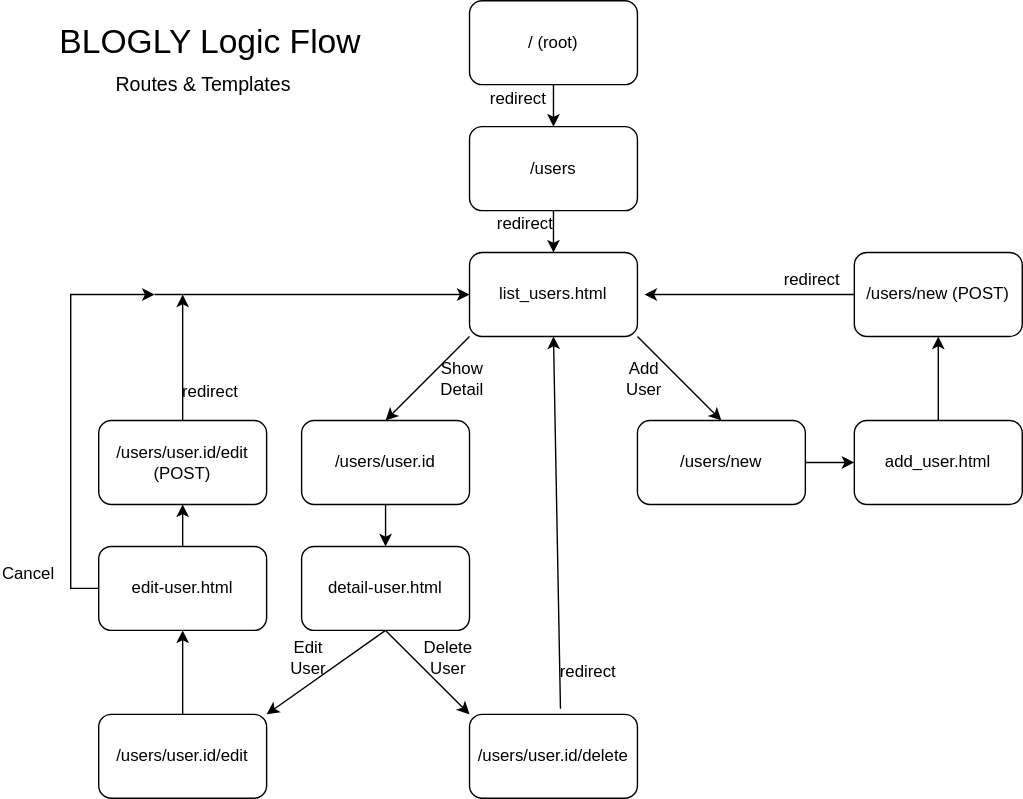
Above: misc/blogly.svg in ursawd/blogly (draw.io), before the change. Source tidied: cells renumbered, new cells last; positions are measured from the earlier drawing's top-left corner, leaving out a move shared by most shapes.
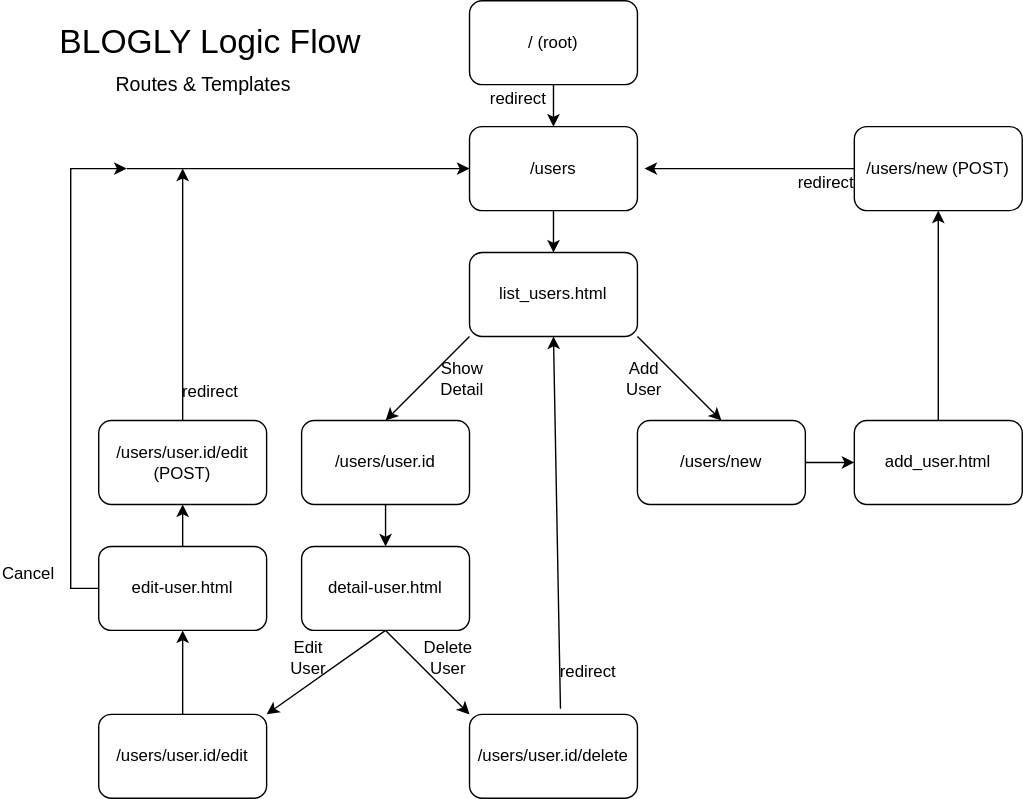
Later version of the same file.

Change to the diagram source:
```diff
@@ -17,9 +17,9 @@
     <mxCell id="6" style="edgeStyle=none;rounded=0;jettySize=auto;html=1;exitX=1;exitY=1;exitDx=0;exitDy=0;entryX=0.5;entryY=0;entryDx=0;entryDy=0;" parent="1" edge="1" source="8" target="10">
       <mxGeometry relative="1" as="geometry" />
     </mxCell>
-    <mxCell id="7" style="edgeStyle=orthogonalEdgeStyle;rounded=0;jettySize=auto;html=1;exitX=0;exitY=0.5;exitDx=0;exitDy=0;entryX=0;entryY=0.5;entryDx=0;entryDy=0;" parent="1" edge="1" target="8">
+    <mxCell id="7" style="edgeStyle=orthogonalEdgeStyle;rounded=0;jettySize=auto;html=1;entryX=0;entryY=0.5;entryDx=0;entryDy=0;" parent="1" edge="1" target="4">
       <mxGeometry relative="1" as="geometry">
-        <mxPoint x="110" y="210" as="sourcePoint" />
+        <mxPoint x="90" y="120" as="sourcePoint" />
       </mxGeometry>
     </mxCell>
     <mxCell id="8" value="list_users.html" style="rounded=1;whiteSpace=wrap;html=1;" parent="1" vertex="1">
@@ -39,14 +39,14 @@
     </mxCell>
     <mxCell id="13" style="edgeStyle=none;rounded=0;jettySize=auto;html=1;exitX=0;exitY=0.5;exitDx=0;exitDy=0;" parent="1" edge="1" source="14">
       <mxGeometry relative="1" as="geometry">
-        <mxPoint x="460" y="210" as="targetPoint" />
+        <mxPoint x="460" y="120" as="targetPoint" />
       </mxGeometry>
     </mxCell>
     <mxCell id="14" value="/users/new (POST)" style="rounded=1;whiteSpace=wrap;html=1;" parent="1" vertex="1">
-      <mxGeometry x="610" y="180" width="120" height="60" as="geometry" />
+      <mxGeometry x="610" y="90" width="120" height="60" as="geometry" />
     </mxCell>
     <mxCell id="15" value="redirect" style="text;html=1;strokeColor=none;fillColor=none;align=center;verticalAlign=middle;whiteSpace=wrap;rounded=0;" parent="1" vertex="1">
-      <mxGeometry x="560" y="190" width="40" height="20" as="geometry" />
+      <mxGeometry x="570" y="120" width="40" height="20" as="geometry" />
     </mxCell>
     <mxCell id="16" style="edgeStyle=orthogonalEdgeStyle;rounded=0;jettySize=auto;html=1;exitX=0.5;exitY=1;exitDx=0;exitDy=0;entryX=0.5;entryY=0;entryDx=0;entryDy=0;" parent="1" edge="1" source="4" target="8">
       <mxGeometry relative="1" as="geometry" />
@@ -97,7 +97,7 @@
     </mxCell>
     <mxCell id="31" style="edgeStyle=orthogonalEdgeStyle;rounded=0;jettySize=auto;html=1;exitX=0.5;exitY=0;exitDx=0;exitDy=0;" parent="1" edge="1" source="32">
       <mxGeometry relative="1" as="geometry">
-        <mxPoint x="130" y="210" as="targetPoint" />
+        <mxPoint x="130" y="120" as="targetPoint" />
       </mxGeometry>
     </mxCell>
     <mxCell id="32" value="&lt;font style=&quot;font-size: 12px&quot;&gt;/users/user.id/edit (POST)&lt;/font&gt;" style="rounded=1;whiteSpace=wrap;html=1;" parent="1" vertex="1">
@@ -108,10 +108,10 @@
     </mxCell>
     <mxCell id="34" style="edgeStyle=orthogonalEdgeStyle;rounded=0;jettySize=auto;html=1;exitX=0;exitY=0.5;exitDx=0;exitDy=0;" parent="1" edge="1" source="35">
       <mxGeometry relative="1" as="geometry">
-        <mxPoint x="110" y="210" as="targetPoint" />
+        <mxPoint x="90" y="120" as="targetPoint" />
         <Array as="points">
           <mxPoint x="50" y="420" />
-          <mxPoint x="50" y="210" />
+          <mxPoint x="50" y="120" />
         </Array>
       </mxGeometry>
     </mxCell>
@@ -130,9 +130,6 @@
     <mxCell id="39" value="redirect" style="text;html=1;strokeColor=none;fillColor=none;align=center;verticalAlign=middle;whiteSpace=wrap;rounded=0;" parent="1" vertex="1">
       <mxGeometry x="130" y="270" width="40" height="20" as="geometry" />
     </mxCell>
-    <mxCell id="40" value="redirect" style="text;html=1;strokeColor=none;fillColor=none;align=center;verticalAlign=middle;whiteSpace=wrap;rounded=0;" parent="1" vertex="1">
-      <mxGeometry x="355" y="150" width="40" height="20" as="geometry" />
-    </mxCell>
     <mxCell id="41" value="redirect" style="text;html=1;strokeColor=none;fillColor=none;align=center;verticalAlign=middle;whiteSpace=wrap;rounded=0;" parent="1" vertex="1">
       <mxGeometry x="350" y="60" width="40" height="20" as="geometry" />
     </mxCell>
```
